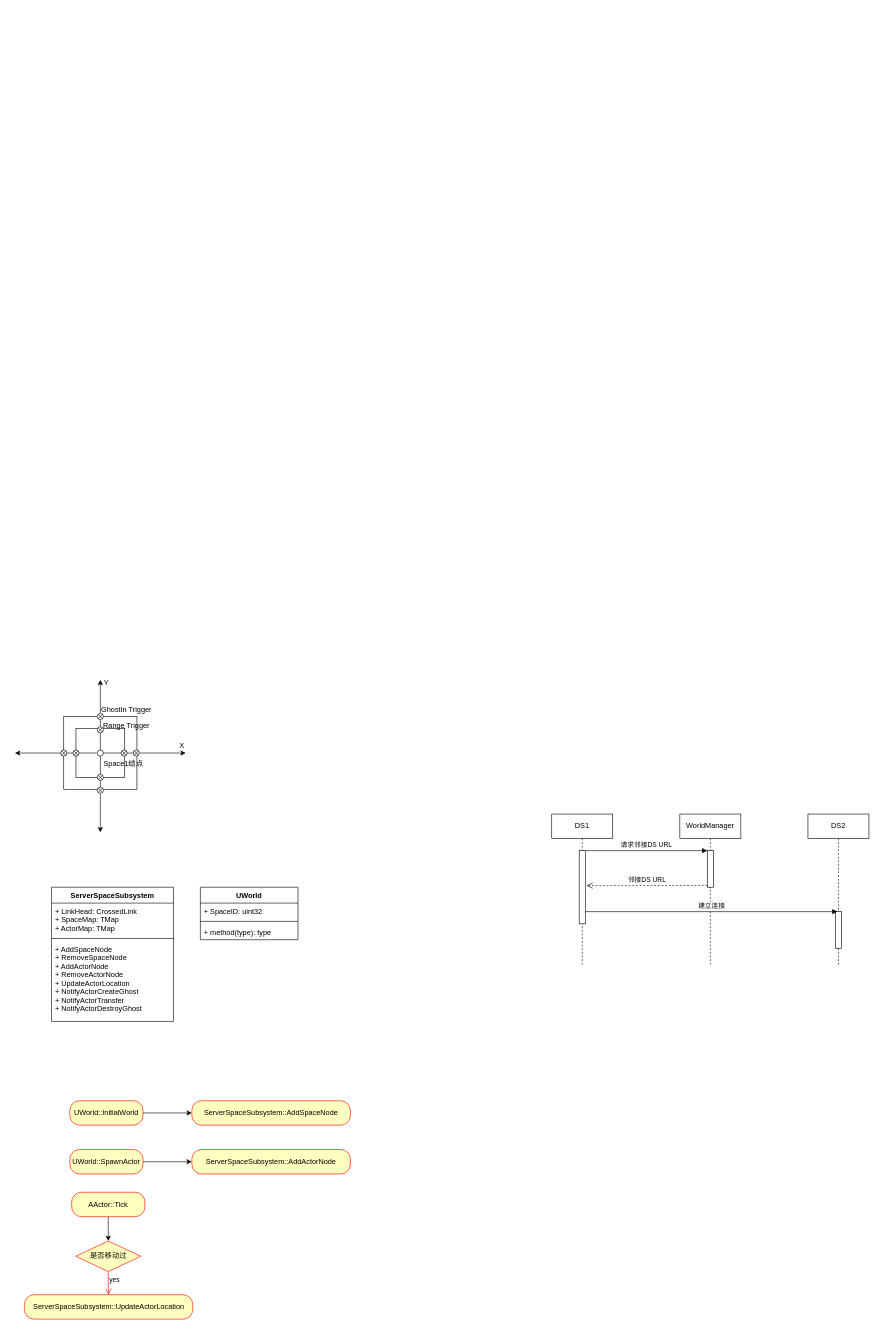
Above: page "Page-4" (4 of 4) of 未命名绘图.drawio in bombshen/bombshen (draw.io), before the change. Source tidied: cells renumbered, new cells numbered last; positions are measured from the earlier drawing's top-left corner, leaving out a move shared by most shapes. Both pictures are drawn from the tidied source at 61%, with x=0, y=0 at pixel (15, 673).
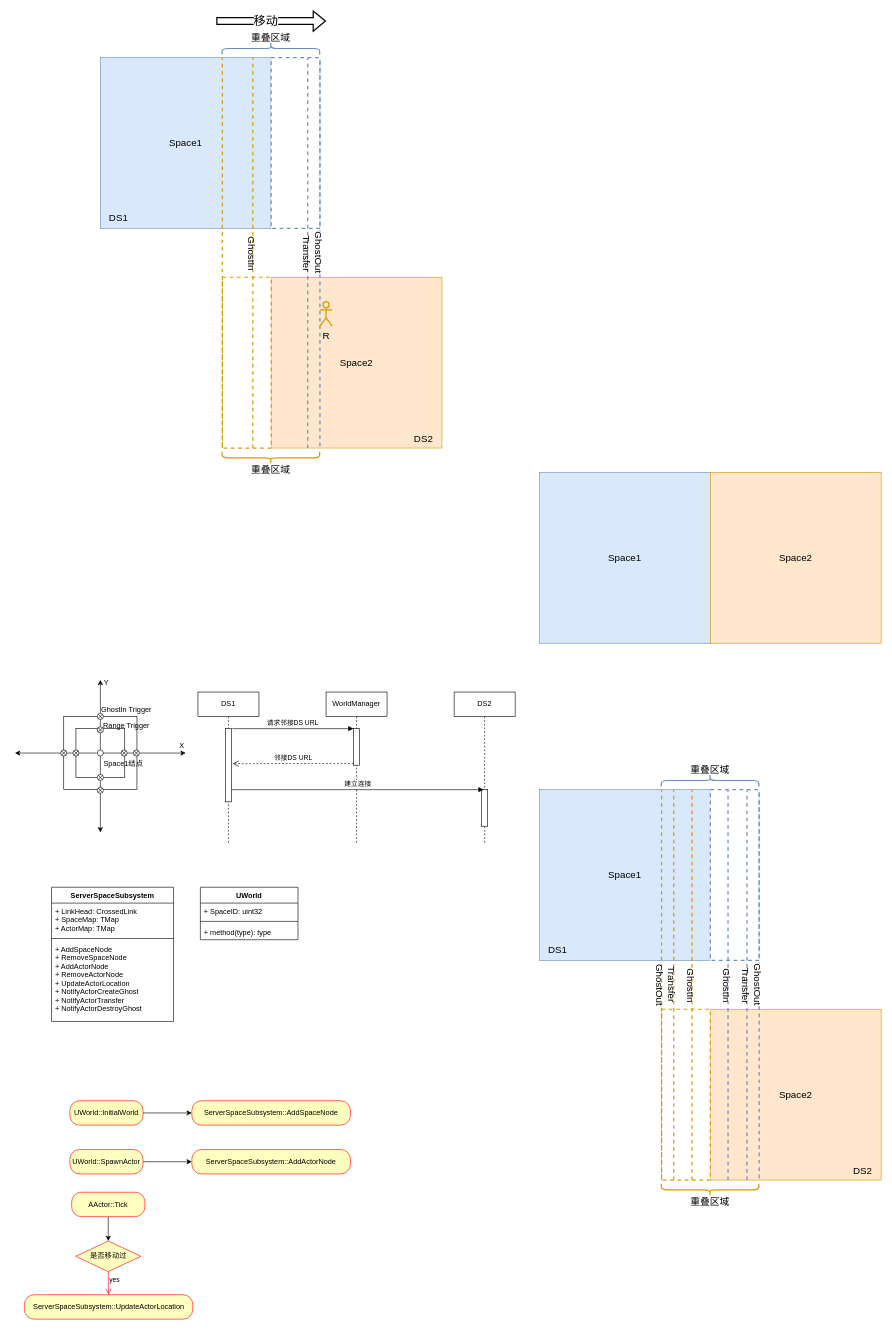
After the change.

Commit message:
Update 未命名绘图.drawio

The change refers to these unchanged cells:
```xml
<mxCell id="9" style="html=1;points=[];perimeter=orthogonalPerimeter;" parent="8" vertex="1">
  <mxGeometry x="45" y="160" width="10" height="60" as="geometry" />
</mxCell>
```

Diff of the diagram source:
```diff
@@
     <mxCell id="4" value="WorldManager" style="shape=umlLifeline;perimeter=lifelinePerimeter;whiteSpace=wrap;html=1;" parent="1" vertex="1">
-      <mxGeometry x="1090" y="230" width="100" height="250" as="geometry" />
+      <mxGeometry x="510" y="30" width="100" height="250" as="geometry" />
     </mxCell>
@@
     <mxCell id="6" value="DS1" style="shape=umlLifeline;perimeter=lifelinePerimeter;whiteSpace=wrap;html=1;" parent="1" vertex="1">
-      <mxGeometry x="880" y="230" width="100" height="250" as="geometry" />
+      <mxGeometry x="300" y="30" width="100" height="250" as="geometry" />
     </mxCell>
@@
     <mxCell id="8" value="DS2" style="shape=umlLifeline;perimeter=lifelinePerimeter;whiteSpace=wrap;html=1;" parent="1" vertex="1">
-      <mxGeometry x="1300" y="230" width="100" height="250" as="geometry" />
+      <mxGeometry x="720" y="30" width="100" height="250" as="geometry" />
     </mxCell>
@@
     <mxCell id="12" value="建立连接" style="html=1;verticalAlign=bottom;endArrow=block;rounded=0;exitX=1;exitY=0;exitDx=0;exitDy=0;exitPerimeter=0;entryX=0.333;entryY=0;entryDx=0;entryDy=0;entryPerimeter=0;" parent="1" edge="1" target="9">
       <mxGeometry relative="1" as="geometry">
-        <mxPoint x="935" y="390" as="sourcePoint" />
+        <mxPoint x="355" y="190" as="sourcePoint" />
       </mxGeometry>
     </mxCell>
@@
+    <mxCell id="57" value="Space1" style="rounded=0;whiteSpace=wrap;html=1;fillColor=#dae8fc;strokeColor=#6c8ebf;fontSize=16;" parent="1" vertex="1">
+      <mxGeometry x="860" y="190" width="280" height="280" as="geometry" />
+    </mxCell>
+    <mxCell id="58" value="Space2" style="rounded=0;whiteSpace=wrap;html=1;fillColor=#ffe6cc;strokeColor=#d79b00;fontSize=16;" parent="1" vertex="1">
+      <mxGeometry x="1140" y="550" width="280" height="280" as="geometry" />
+    </mxCell>
+    <mxCell id="59" style="rounded=0;whiteSpace=wrap;html=1;dashed=1;strokeWidth=2;strokeColor=#6c8ebf;fillColor=#FFFFFF;" parent="1" vertex="1">
+      <mxGeometry x="1140" y="190" width="80" height="280" as="geometry" />
+    </mxCell>
+    <mxCell id="60" style="rounded=0;whiteSpace=wrap;html=1;dashed=1;strokeWidth=2;fillColor=#FFFFFF;strokeColor=#d79b00;shadow=0;glass=0;sketch=0;" parent="1" vertex="1">
+      <mxGeometry x="1060" y="550" width="80" height="280" as="geometry" />
+    </mxCell>
+    <mxCell id="61" style="endArrow=none;dashed=1;html=1;rounded=0;strokeWidth=2;fillColor=#ffe6cc;strokeColor=#d79b00;" parent="1" edge="1">
+      <mxGeometry relative="1" as="geometry">
+        <mxPoint x="1060" y="830" as="sourcePoint" />
+        <mxPoint x="1060" y="190" as="targetPoint" />
+      </mxGeometry>
+    </mxCell>
+    <mxCell id="62" value="GhostOut" style="edgeLabel;html=1;align=center;verticalAlign=middle;fontSize=16;rotation=-180;labelBackgroundColor=none;horizontal=0;" parent="61" vertex="1">
+      <mxGeometry x="-0.03" y="1" relative="1" as="geometry">
+        <mxPoint y="-11" as="offset" />
+      </mxGeometry>
+    </mxCell>
+    <mxCell id="63" value="重叠区域" style="text;html=1;strokeColor=none;fillColor=none;align=center;verticalAlign=middle;whiteSpace=wrap;rounded=0;shadow=0;glass=0;dashed=1;sketch=0;fontSize=16;" parent="1" vertex="1">
+      <mxGeometry x="1105" y="142" width="69" height="30" as="geometry" />
+    </mxCell>
+    <mxCell id="64" style="shape=curlyBracket;whiteSpace=wrap;html=1;rounded=1;shadow=0;glass=0;sketch=0;fontSize=16;strokeColor=#d79b00;strokeWidth=2;fillColor=#ffe6cc;rotation=-90;" parent="1" vertex="1">
+      <mxGeometry x="1129.5" y="766" width="20" height="160" as="geometry" />
+    </mxCell>
+    <mxCell id="65" style="shape=curlyBracket;whiteSpace=wrap;html=1;rounded=1;shadow=0;glass=0;sketch=0;fontSize=16;strokeColor=#6c8ebf;strokeWidth=2;fillColor=#dae8fc;rotation=90;" parent="1" vertex="1">
+      <mxGeometry x="1129.5" y="95" width="20" height="160" as="geometry" />
+    </mxCell>
+    <mxCell id="66" value="重叠区域" style="text;html=1;strokeColor=none;fillColor=none;align=center;verticalAlign=middle;whiteSpace=wrap;rounded=0;shadow=0;glass=0;dashed=1;sketch=0;fontSize=16;" parent="1" vertex="1">
+      <mxGeometry x="1105" y="850" width="69" height="30" as="geometry" />
+    </mxCell>
+    <mxCell id="67" value="Space1" style="rounded=0;whiteSpace=wrap;html=1;fillColor=#dae8fc;strokeColor=#6c8ebf;fontSize=16;" parent="1" vertex="1">
+      <mxGeometry x="860" y="-330" width="280" height="280" as="geometry" />
+    </mxCell>
+    <mxCell id="68" value="Space2" style="rounded=0;whiteSpace=wrap;html=1;fillColor=#ffe6cc;strokeColor=#d79b00;fontSize=16;" parent="1" vertex="1">
+      <mxGeometry x="1140" y="-330" width="280" height="280" as="geometry" />
+    </mxCell>
+    <mxCell id="69" value="DS1" style="text;html=1;strokeColor=none;fillColor=none;align=center;verticalAlign=middle;whiteSpace=wrap;rounded=0;shadow=0;glass=0;sketch=0;fontSize=16;" parent="1" vertex="1">
+      <mxGeometry x="860" y="438" width="60" height="30" as="geometry" />
+    </mxCell>
+    <mxCell id="70" value="DS2" style="text;html=1;strokeColor=none;fillColor=none;align=center;verticalAlign=middle;whiteSpace=wrap;rounded=0;shadow=0;glass=0;sketch=0;fontSize=16;" parent="1" vertex="1">
+      <mxGeometry x="1360" y="800" width="60" height="30" as="geometry" />
+    </mxCell>
+    <mxCell id="71" style="endArrow=none;dashed=1;html=1;rounded=0;strokeWidth=2;fillColor=#ffe6cc;strokeColor=#d79b00;" parent="1" edge="1">
+      <mxGeometry relative="1" as="geometry">
+        <mxPoint x="1080" y="830" as="sourcePoint" />
+        <mxPoint x="1080" y="190" as="targetPoint" />
+      </mxGeometry>
+    </mxCell>
+    <mxCell id="72" value="Transfer" style="edgeLabel;html=1;align=center;verticalAlign=middle;fontSize=16;labelBackgroundColor=none;horizontal=0;rotation=-180;" parent="71" vertex="1">
+      <mxGeometry x="0.05" y="2" relative="1" as="geometry">
+        <mxPoint y="14" as="offset" />
+      </mxGeometry>
+    </mxCell>
+    <mxCell id="73" style="endArrow=none;dashed=1;html=1;rounded=0;strokeWidth=2;fillColor=#ffe6cc;strokeColor=#d79b00;" parent="1" edge="1">
+      <mxGeometry relative="1" as="geometry">
+        <mxPoint x="1110" y="830" as="sourcePoint" />
+        <mxPoint x="1110" y="190" as="targetPoint" />
+      </mxGeometry>
+    </mxCell>
+    <mxCell id="74" value="GhostIn" style="edgeLabel;html=1;align=center;verticalAlign=middle;fontSize=16;labelBackgroundColor=none;horizontal=0;rotation=-180;" parent="73" vertex="1">
+      <mxGeometry x="-0.04" y="1" relative="1" as="geometry">
+        <mxPoint y="-13" as="offset" />
+      </mxGeometry>
+    </mxCell>
+    <mxCell id="75" style="endArrow=none;dashed=1;html=1;rounded=0;strokeWidth=2;fillColor=#dae8fc;strokeColor=#6c8ebf;" parent="1" edge="1">
+      <mxGeometry relative="1" as="geometry">
+        <mxPoint x="1169" y="830" as="sourcePoint" />
+        <mxPoint x="1169" y="190" as="targetPoint" />
+      </mxGeometry>
+    </mxCell>
+    <mxCell id="76" value="GhostIn" style="edgeLabel;html=1;align=center;verticalAlign=middle;fontSize=16;labelBackgroundColor=none;horizontal=0;rotation=-180;" parent="75" vertex="1">
+      <mxGeometry x="-0.04" y="1" relative="1" as="geometry">
+        <mxPoint y="-13" as="offset" />
+      </mxGeometry>
+    </mxCell>
+    <mxCell id="77" style="endArrow=none;dashed=1;html=1;rounded=0;strokeWidth=2;fillColor=#dae8fc;strokeColor=#6c8ebf;" parent="1" edge="1">
+      <mxGeometry relative="1" as="geometry">
+        <mxPoint x="1200" y="830" as="sourcePoint" />
+        <mxPoint x="1200" y="190" as="targetPoint" />
+      </mxGeometry>
+    </mxCell>
+    <mxCell id="78" value="Transfer" style="edgeLabel;html=1;align=center;verticalAlign=middle;fontSize=16;labelBackgroundColor=none;horizontal=0;rotation=-180;" parent="77" vertex="1">
+      <mxGeometry x="-0.04" y="1" relative="1" as="geometry">
+        <mxPoint y="-13" as="offset" />
+      </mxGeometry>
+    </mxCell>
+    <mxCell id="79" style="endArrow=none;dashed=1;html=1;rounded=0;strokeWidth=2;fillColor=#dae8fc;strokeColor=#6c8ebf;" parent="1" edge="1">
+      <mxGeometry relative="1" as="geometry">
+        <mxPoint x="1220" y="827" as="sourcePoint" />
+        <mxPoint x="1220" y="194" as="targetPoint" />
+      </mxGeometry>
+    </mxCell>
+    <mxCell id="80" value="GhostOut" style="edgeLabel;html=1;align=center;verticalAlign=middle;fontSize=16;fontColor=#000000;horizontal=0;rotation=-180;" parent="79" vertex="1">
+      <mxGeometry x="-0.05" y="1" relative="1" as="geometry">
+        <mxPoint y="-18" as="offset" />
+      </mxGeometry>
+    </mxCell>
+    <mxCell id="81" value="Space1" style="rounded=0;whiteSpace=wrap;html=1;fillColor=#dae8fc;strokeColor=#6c8ebf;fontSize=16;" parent="1" vertex="1">
+      <mxGeometry x="140" y="-1010" width="280" height="280" as="geometry" />
+    </mxCell>
+    <mxCell id="82" value="Space2" style="rounded=0;whiteSpace=wrap;html=1;fillColor=#ffe6cc;strokeColor=#d79b00;fontSize=16;" parent="1" vertex="1">
+      <mxGeometry x="420" y="-650" width="280" height="280" as="geometry" />
+    </mxCell>
+    <mxCell id="83" style="rounded=0;whiteSpace=wrap;html=1;dashed=1;strokeWidth=2;strokeColor=#6c8ebf;fillColor=#FFFFFF;" parent="1" vertex="1">
+      <mxGeometry x="420" y="-1010" width="80" height="280" as="geometry" />
+    </mxCell>
+    <mxCell id="84" style="rounded=0;whiteSpace=wrap;html=1;dashed=1;strokeWidth=2;fillColor=#FFFFFF;strokeColor=#d79b00;shadow=0;glass=0;sketch=0;" parent="1" vertex="1">
+      <mxGeometry x="340" y="-650" width="80" height="280" as="geometry" />
+    </mxCell>
+    <mxCell id="85" style="endArrow=none;dashed=1;html=1;rounded=0;strokeWidth=2;fillColor=#ffe6cc;strokeColor=#d79b00;" parent="1" edge="1">
+      <mxGeometry relative="1" as="geometry">
+        <mxPoint x="340" y="-370" as="sourcePoint" />
+        <mxPoint x="340" y="-1010" as="targetPoint" />
+      </mxGeometry>
+    </mxCell>
+    <mxCell id="86" value="重叠区域" style="text;html=1;strokeColor=none;fillColor=none;align=center;verticalAlign=middle;whiteSpace=wrap;rounded=0;shadow=0;glass=0;dashed=1;sketch=0;fontSize=16;" parent="1" vertex="1">
+      <mxGeometry x="385" y="-1058" width="69" height="30" as="geometry" />
+    </mxCell>
+    <mxCell id="87" style="shape=curlyBracket;whiteSpace=wrap;html=1;rounded=1;shadow=0;glass=0;sketch=0;fontSize=16;strokeColor=#d79b00;strokeWidth=2;fillColor=#ffe6cc;rotation=-90;" parent="1" vertex="1">
+      <mxGeometry x="409.5" y="-434" width="20" height="160" as="geometry" />
+    </mxCell>
+    <mxCell id="88" style="shape=curlyBracket;whiteSpace=wrap;html=1;rounded=1;shadow=0;glass=0;sketch=0;fontSize=16;strokeColor=#6c8ebf;strokeWidth=2;fillColor=#dae8fc;rotation=90;" parent="1" vertex="1">
+      <mxGeometry x="409.5" y="-1105" width="20" height="160" as="geometry" />
+    </mxCell>
+    <mxCell id="89" value="重叠区域" style="text;html=1;strokeColor=none;fillColor=none;align=center;verticalAlign=middle;whiteSpace=wrap;rounded=0;shadow=0;glass=0;dashed=1;sketch=0;fontSize=16;" parent="1" vertex="1">
+      <mxGeometry x="385" y="-350" width="69" height="30" as="geometry" />
+    </mxCell>
+    <mxCell id="90" value="DS1" style="text;html=1;strokeColor=none;fillColor=none;align=center;verticalAlign=middle;whiteSpace=wrap;rounded=0;shadow=0;glass=0;sketch=0;fontSize=16;" parent="1" vertex="1">
+      <mxGeometry x="140" y="-762" width="60" height="30" as="geometry" />
+    </mxCell>
+    <mxCell id="91" value="DS2" style="text;html=1;strokeColor=none;fillColor=none;align=center;verticalAlign=middle;whiteSpace=wrap;rounded=0;shadow=0;glass=0;sketch=0;fontSize=16;" parent="1" vertex="1">
+      <mxGeometry x="640" y="-400" width="60" height="30" as="geometry" />
+    </mxCell>
+    <mxCell id="92" style="endArrow=none;dashed=1;html=1;rounded=0;strokeWidth=2;fillColor=#ffe6cc;strokeColor=#d79b00;" parent="1" edge="1">
+      <mxGeometry relative="1" as="geometry">
+        <mxPoint x="390" y="-370" as="sourcePoint" />
+        <mxPoint x="390" y="-1010" as="targetPoint" />
+      </mxGeometry>
+    </mxCell>
+    <mxCell id="93" value="GhostIn" style="edgeLabel;html=1;align=center;verticalAlign=middle;fontSize=16;labelBackgroundColor=none;horizontal=0;rotation=-180;" parent="92" vertex="1">
+      <mxGeometry x="-0.04" y="1" relative="1" as="geometry">
+        <mxPoint y="-13" as="offset" />
+      </mxGeometry>
+    </mxCell>
+    <mxCell id="94" style="endArrow=none;dashed=1;html=1;rounded=0;strokeWidth=2;fillColor=#dae8fc;strokeColor=#6c8ebf;" parent="1" edge="1">
+      <mxGeometry relative="1" as="geometry">
+        <mxPoint x="480" y="-370" as="sourcePoint" />
+        <mxPoint x="480" y="-1010" as="targetPoint" />
+      </mxGeometry>
+    </mxCell>
+    <mxCell id="95" value="Transfer" style="edgeLabel;html=1;align=center;verticalAlign=middle;fontSize=16;labelBackgroundColor=none;horizontal=0;rotation=-180;" parent="94" vertex="1">
+      <mxGeometry x="-0.04" y="1" relative="1" as="geometry">
+        <mxPoint y="-13" as="offset" />
+      </mxGeometry>
+    </mxCell>
+    <mxCell id="96" style="endArrow=none;dashed=1;html=1;rounded=0;strokeWidth=2;fillColor=#dae8fc;strokeColor=#6c8ebf;" parent="1" edge="1">
+      <mxGeometry relative="1" as="geometry">
+        <mxPoint x="500" y="-373" as="sourcePoint" />
+        <mxPoint x="500" y="-1006" as="targetPoint" />
+      </mxGeometry>
+    </mxCell>
+    <mxCell id="97" value="GhostOut" style="edgeLabel;html=1;align=center;verticalAlign=middle;fontSize=16;fontColor=#000000;horizontal=0;rotation=-180;" parent="96" vertex="1">
+      <mxGeometry x="-0.05" y="1" relative="1" as="geometry">
+        <mxPoint y="-18" as="offset" />
+      </mxGeometry>
+    </mxCell>
+    <mxCell id="98" value="R" style="shape=umlActor;verticalLabelPosition=bottom;verticalAlign=top;html=1;rounded=0;shadow=0;glass=0;labelBackgroundColor=none;sketch=0;fontSize=16;strokeColor=#d79b00;strokeWidth=2;fillColor=#ffe6cc;" parent="1" vertex="1">
+      <mxGeometry x="500" y="-610" width="20" height="40" as="geometry" />
+    </mxCell>
+    <mxCell id="99" style="shape=flexArrow;endArrow=classic;html=1;rounded=0;fontSize=16;fontColor=#000000;strokeWidth=2;" parent="1" edge="1">
+      <mxGeometry relative="1" as="geometry">
+        <mxPoint x="330" y="-1070" as="sourcePoint" />
+        <mxPoint x="510" y="-1070" as="targetPoint" />
+      </mxGeometry>
+    </mxCell>
+    <mxCell id="100" value="移动" style="edgeLabel;html=1;align=center;verticalAlign=middle;fontSize=20;fontColor=#000000;" parent="99" vertex="1">
+      <mxGeometry x="-0.21" y="2" relative="1" as="geometry">
+        <mxPoint x="9" as="offset" />
+      </mxGeometry>
+    </mxCell>
```
